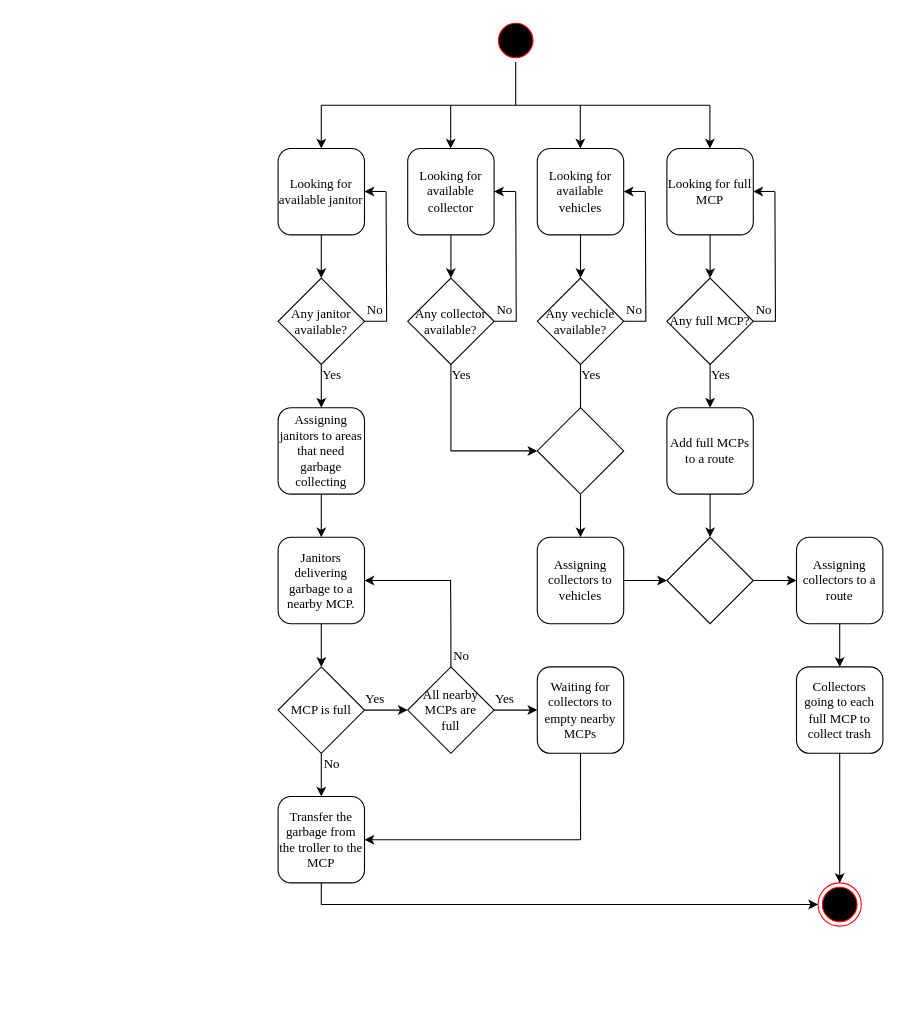
Before: Task 2.1.drawio in TheNMD/SE-project, a draw.io diagram. Source tidied: cells renumbered, new cells numbered last; positions are measured from the earlier drawing's top-left corner, leaving out a move shared by most shapes. Both pictures are drawn from the tidied source at 108%, with x=0, y=0 at pixel (278, 18).
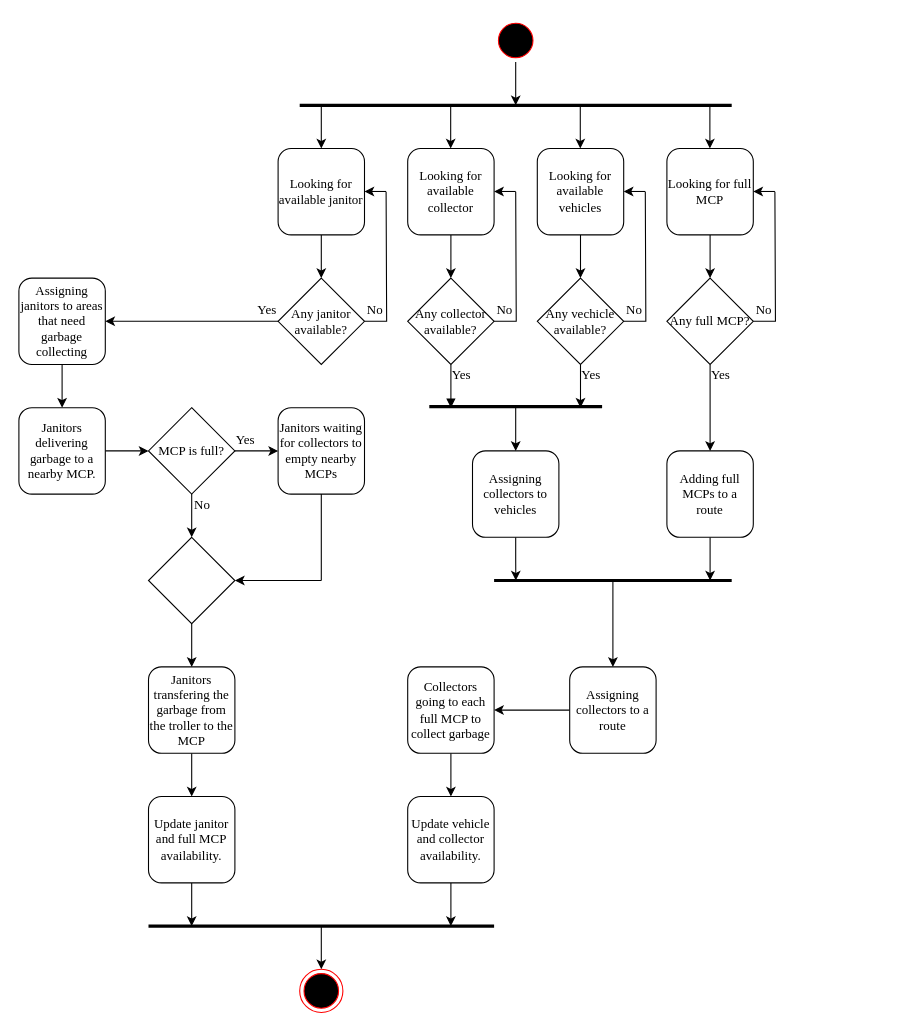
After the change.

The change refers to these unchanged cells:
```xml
<mxCell id="3" style="ellipse;html=1;shape=startState;fillColor=#000000;strokeColor=#ff0000;" parent="1" vertex="1">
  <mxGeometry x="200" width="40" height="40" as="geometry" />
</mxCell>
<mxCell id="16" value="Any janitor &lt;br&gt;available?" style="rhombus;whiteSpace=wrap;html=1;fontFamily=Times New Roman;fontSize=12;" parent="1" vertex="1">
  <mxGeometry y="240" width="80" height="80" as="geometry" />
</mxCell>
<mxCell id="19" value="Any collector available?" style="rhombus;whiteSpace=wrap;html=1;fontFamily=Times New Roman;fontSize=12;" parent="1" vertex="1">
  <mxGeometry x="120" y="240" width="80" height="80" as="geometry" />
</mxCell>
<mxCell id="22" value="Any vechicle &lt;br&gt;available?" style="rhombus;whiteSpace=wrap;html=1;fontFamily=Times New Roman;fontSize=12;" parent="1" vertex="1">
  <mxGeometry x="240" y="240" width="80" height="80" as="geometry" />
</mxCell>
```

Diff of the diagram source:
```diff
@@
-    <mxCell id="2" style="edgeStyle=orthogonalEdgeStyle;rounded=0;jettySize=auto;html=1;exitX=0.5;exitY=1;exitDx=0;exitDy=0;fontFamily=Times New Roman;fontSize=12;endArrow=none;endFill=0;" parent="1" edge="1" source="3">
+    <mxCell id="2" style="edgeStyle=orthogonalEdgeStyle;rounded=0;jettySize=auto;html=1;fontFamily=Times New Roman;fontSize=12;endArrow=classic;endFill=1;" parent="1" edge="1" source="3">
       <mxGeometry relative="1" as="geometry">
         <mxPoint x="220" y="80" as="targetPoint" />
+        <Array as="points">
+          <mxPoint x="220" y="50" />
+          <mxPoint x="220" y="50" />
+        </Array>
       </mxGeometry>
     </mxCell>
@@
     <mxCell id="4" style="ellipse;html=1;shape=endState;fillColor=#000000;strokeColor=#ff0000;" parent="1" vertex="1">
-      <mxGeometry x="500" y="800" width="40" height="40" as="geometry" />
+      <mxGeometry x="20" y="880" width="40" height="40" as="geometry" />
     </mxCell>
@@
-    <mxCell id="15" style="edgeStyle=orthogonalEdgeStyle;rounded=0;jettySize=auto;html=1;exitX=0.5;exitY=1;exitDx=0;exitDy=0;entryX=0.5;entryY=0;entryDx=0;entryDy=0;fontFamily=Times New Roman;fontSize=12;endArrow=classic;endFill=1;" parent="1" edge="1" source="16" target="36">
+    <mxCell id="15" style="edgeStyle=orthogonalEdgeStyle;rounded=0;jettySize=auto;html=1;exitX=0;exitY=0.5;exitDx=0;exitDy=0;entryX=1;entryY=0.5;entryDx=0;entryDy=0;strokeWidth=1;endArrow=classic;endFill=1;" parent="1" edge="1" source="16" target="36">
       <mxGeometry relative="1" as="geometry" />
     </mxCell>
@@
-    <mxCell id="18" style="edgeStyle=orthogonalEdgeStyle;rounded=0;jettySize=auto;html=1;exitX=0.5;exitY=1;exitDx=0;exitDy=0;fontFamily=Times New Roman;fontSize=12;endArrow=none;endFill=0;" parent="1" edge="1" source="19">
+    <mxCell id="18" style="edgeStyle=orthogonalEdgeStyle;rounded=0;jettySize=auto;html=1;exitX=0.5;exitY=1;exitDx=0;exitDy=0;fontFamily=Times New Roman;fontSize=12;endArrow=block;endFill=1;" parent="1" edge="1" source="19">
       <mxGeometry relative="1" as="geometry">
-        <mxPoint x="160" y="400" as="targetPoint" />
+        <mxPoint x="160" y="360" as="targetPoint" />
       </mxGeometry>
     </mxCell>
@@
-    <mxCell id="21" style="edgeStyle=orthogonalEdgeStyle;rounded=0;jettySize=auto;html=1;exitX=0.5;exitY=1;exitDx=0;exitDy=0;fontFamily=Times New Roman;fontSize=12;endArrow=none;endFill=0;" parent="1" edge="1" source="22">
+    <mxCell id="21" style="edgeStyle=orthogonalEdgeStyle;rounded=0;jettySize=auto;html=1;exitX=0.5;exitY=1;exitDx=0;exitDy=0;fontFamily=Times New Roman;fontSize=12;endArrow=classic;endFill=1;" parent="1" edge="1" source="22">
       <mxGeometry relative="1" as="geometry">
-        <mxPoint x="280.2" y="400" as="targetPoint" />
+        <mxPoint x="280" y="360" as="targetPoint" />
       </mxGeometry>
     </mxCell>
@@
-    <mxCell id="29" style="edgeStyle=orthogonalEdgeStyle;rounded=0;jettySize=auto;html=1;exitX=0.5;exitY=1;exitDx=0;exitDy=0;entryX=0.5;entryY=0;entryDx=0;entryDy=0;fontFamily=Times New Roman;fontSize=12;endArrow=classic;endFill=1;" parent="1" edge="1" source="30" target="32">
-      <mxGeometry relative="1" as="geometry" />
-    </mxCell>
-    <mxCell id="30" style="rhombus;whiteSpace=wrap;html=1;fontFamily=Times New Roman;fontSize=12;" parent="1" vertex="1">
-      <mxGeometry x="240" y="360" width="80" height="80" as="geometry" />
-    </mxCell>
-    <mxCell id="31" style="edgeStyle=orthogonalEdgeStyle;rounded=0;jettySize=auto;html=1;exitX=1;exitY=0.5;exitDx=0;exitDy=0;entryX=0;entryY=0.5;entryDx=0;entryDy=0;fontFamily=Times New Roman;fontSize=12;endArrow=classic;endFill=1;" parent="1" edge="1" source="32" target="57">
-      <mxGeometry relative="1" as="geometry" />
-    </mxCell>
+    <mxCell id="76" style="edgeStyle=orthogonalEdgeStyle;rounded=0;jettySize=auto;html=1;exitX=0.5;exitY=1;exitDx=0;exitDy=0;strokeWidth=1;endArrow=classic;endFill=1;" parent="1" edge="1" source="32">
+      <mxGeometry relative="1" as="geometry">
+        <mxPoint x="220.1" y="520" as="targetPoint" />
+      </mxGeometry>
+    </mxCell>
     <mxCell id="32" value="Assigning collectors to vehicles" style="rounded=1;whiteSpace=wrap;html=1;fontFamily=Times New Roman;fontSize=12;" parent="1" vertex="1">
-      <mxGeometry x="240" y="480" width="80" height="80" as="geometry" />
+      <mxGeometry x="180" y="400" width="80" height="80" as="geometry" />
     </mxCell>
@@
     <mxCell id="36" value="Assigning janitors to areas that need garbage collecting" style="rounded=1;whiteSpace=wrap;html=1;fontFamily=Times New Roman;fontSize=12;" parent="1" vertex="1">
-      <mxGeometry y="360" width="80" height="80" as="geometry" />
+      <mxGeometry x="-240" y="240" width="80" height="80" as="geometry" />
     </mxCell>
     <mxCell id="37" value="Yes" style="text;html=1;strokeColor=none;fillColor=none;align=center;verticalAlign=middle;whiteSpace=wrap;rounded=0;fontFamily=Times New Roman;fontSize=12;" parent="1" vertex="1">
-      <mxGeometry x="40" y="320" width="20" height="20" as="geometry" />
+      <mxGeometry x="-20" y="260" width="20" height="20" as="geometry" />
     </mxCell>
-    <mxCell id="38" style="edgeStyle=orthogonalEdgeStyle;rounded=0;jettySize=auto;html=1;exitX=0.5;exitY=1;exitDx=0;exitDy=0;fontFamily=Times New Roman;fontSize=12;endArrow=classic;endFill=1;" parent="1" edge="1" source="39" target="42">
+    <mxCell id="38" style="edgeStyle=orthogonalEdgeStyle;rounded=0;jettySize=auto;html=1;exitX=1;exitY=0.5;exitDx=0;exitDy=0;entryX=0;entryY=0.5;entryDx=0;entryDy=0;" parent="1" edge="1" source="39" target="42">
       <mxGeometry relative="1" as="geometry" />
     </mxCell>
     <mxCell id="39" value="Janitors delivering garbage to a nearby MCP." style="rounded=1;whiteSpace=wrap;html=1;fontFamily=Times New Roman;fontSize=12;" parent="1" vertex="1">
-      <mxGeometry y="480" width="80" height="80" as="geometry" />
+      <mxGeometry x="-240" y="360" width="80" height="80" as="geometry" />
     </mxCell>
-    <mxCell id="40" style="edgeStyle=orthogonalEdgeStyle;rounded=0;jettySize=auto;html=1;exitX=0.5;exitY=1;exitDx=0;exitDy=0;fontFamily=Times New Roman;fontSize=12;endArrow=classic;endFill=1;" parent="1" edge="1" source="42" target="43">
-      <mxGeometry relative="1" as="geometry" />
-    </mxCell>
-    <mxCell id="41" style="edgeStyle=orthogonalEdgeStyle;rounded=0;jettySize=auto;html=1;exitX=1;exitY=0.5;exitDx=0;exitDy=0;entryX=0;entryY=0.5;entryDx=0;entryDy=0;fontFamily=Times New Roman;fontSize=12;endArrow=classic;endFill=1;" parent="1" edge="1" source="42" target="65">
-      <mxGeometry relative="1" as="geometry" />
-    </mxCell>
+    <mxCell id="77" style="edgeStyle=orthogonalEdgeStyle;rounded=0;jettySize=auto;html=1;exitX=1;exitY=0.5;exitDx=0;exitDy=0;entryX=0;entryY=0.5;entryDx=0;entryDy=0;" parent="1" edge="1" source="42" target="70">
+      <mxGeometry relative="1" as="geometry" />
+    </mxCell>
+    <mxCell id="78" style="edgeStyle=orthogonalEdgeStyle;rounded=0;jettySize=auto;html=1;exitX=0.5;exitY=1;exitDx=0;exitDy=0;entryX=0.5;entryY=0;entryDx=0;entryDy=0;" parent="1" edge="1" source="42" target="87">
+      <mxGeometry relative="1" as="geometry" />
+    </mxCell>
-    <mxCell id="42" value="MCP is full" style="rhombus;whiteSpace=wrap;html=1;fontFamily=Times New Roman;fontSize=12;" parent="1" vertex="1">
-      <mxGeometry y="600" width="80" height="80" as="geometry" />
+    <mxCell id="42" value="MCP is full?" style="rhombus;whiteSpace=wrap;html=1;fontFamily=Times New Roman;fontSize=12;" parent="1" vertex="1">
+      <mxGeometry x="-120" y="360" width="80" height="80" as="geometry" />
     </mxCell>
+    <mxCell id="79" style="edgeStyle=orthogonalEdgeStyle;rounded=0;jettySize=auto;html=1;exitX=0.5;exitY=1;exitDx=0;exitDy=0;" parent="1" edge="1" source="43" target="91">
+      <mxGeometry relative="1" as="geometry" />
+    </mxCell>
-    <mxCell id="43" value="Transfer the garbage from the troller to the MCP" style="rounded=1;whiteSpace=wrap;html=1;fontFamily=Times New Roman;fontSize=12;" parent="1" vertex="1">
-      <mxGeometry y="720" width="80" height="80" as="geometry" />
+    <mxCell id="43" value="Janitors transfering the garbage from the troller to the MCP" style="rounded=1;whiteSpace=wrap;html=1;fontFamily=Times New Roman;fontSize=12;" parent="1" vertex="1">
+      <mxGeometry x="-120" y="600" width="80" height="80" as="geometry" />
     </mxCell>
     <mxCell id="44" value="No" style="text;html=1;strokeColor=none;fillColor=none;align=center;verticalAlign=middle;whiteSpace=wrap;rounded=0;fontFamily=Times New Roman;fontSize=12;" parent="1" vertex="1">
-      <mxGeometry x="40" y="680" width="20" height="20" as="geometry" />
+      <mxGeometry x="-80" y="440" width="20" height="20" as="geometry" />
     </mxCell>
@@
-    <mxCell id="53" style="edgeStyle=orthogonalEdgeStyle;rounded=0;jettySize=auto;html=1;exitX=0.5;exitY=1;exitDx=0;exitDy=0;fontFamily=Times New Roman;fontSize=12;endArrow=classic;endFill=1;" parent="1" edge="1" source="54" target="57">
-      <mxGeometry relative="1" as="geometry" />
-    </mxCell>
+    <mxCell id="80" style="edgeStyle=orthogonalEdgeStyle;rounded=0;jettySize=auto;html=1;exitX=0.5;exitY=1;exitDx=0;exitDy=0;strokeWidth=1;endArrow=classic;endFill=1;" parent="1" edge="1" source="54">
+      <mxGeometry relative="1" as="geometry">
+        <mxPoint x="400" y="520" as="targetPoint" />
+      </mxGeometry>
+    </mxCell>
-    <mxCell id="54" value="Add full MCPs to a route" style="rounded=1;whiteSpace=wrap;html=1;fontFamily=Times New Roman;fontSize=12;" parent="1" vertex="1">
-      <mxGeometry x="360" y="360" width="80" height="80" as="geometry" />
+    <mxCell id="54" value="Adding full MCPs to a route" style="rounded=1;whiteSpace=wrap;html=1;fontFamily=Times New Roman;fontSize=12;" parent="1" vertex="1">
+      <mxGeometry x="360" y="400" width="80" height="80" as="geometry" />
     </mxCell>
@@
-    <mxCell id="56" style="edgeStyle=orthogonalEdgeStyle;rounded=0;jettySize=auto;html=1;exitX=1;exitY=0.5;exitDx=0;exitDy=0;entryX=0;entryY=0.5;entryDx=0;entryDy=0;fontFamily=Times New Roman;fontSize=12;endArrow=classic;endFill=1;" parent="1" edge="1" source="57" target="59">
-      <mxGeometry relative="1" as="geometry" />
-    </mxCell>
-    <mxCell id="57" style="rhombus;whiteSpace=wrap;html=1;fontFamily=Times New Roman;fontSize=12;" parent="1" vertex="1">
-      <mxGeometry x="360" y="480" width="80" height="80" as="geometry" />
-    </mxCell>
+    <mxCell id="81" style="edgeStyle=orthogonalEdgeStyle;rounded=0;jettySize=auto;html=1;strokeWidth=1;endArrow=none;endFill=0;startArrow=classic;startFill=1;" parent="1" edge="1" source="59">
+      <mxGeometry relative="1" as="geometry">
+        <mxPoint x="310" y="520" as="targetPoint" />
+      </mxGeometry>
+    </mxCell>
-    <mxCell id="58" style="edgeStyle=orthogonalEdgeStyle;rounded=0;jettySize=auto;html=1;exitX=0.5;exitY=1;exitDx=0;exitDy=0;entryX=0.5;entryY=0;entryDx=0;entryDy=0;fontFamily=Times New Roman;fontSize=12;endArrow=classic;endFill=1;" parent="1" edge="1" source="59" target="61">
+    <mxCell id="58" style="edgeStyle=orthogonalEdgeStyle;rounded=0;jettySize=auto;html=1;exitX=0;exitY=0.5;exitDx=0;exitDy=0;entryX=1;entryY=0.5;entryDx=0;entryDy=0;" parent="1" edge="1" source="59" target="61">
       <mxGeometry relative="1" as="geometry" />
     </mxCell>
     <mxCell id="59" value="Assigning collectors to a route" style="rounded=1;whiteSpace=wrap;html=1;fontFamily=Times New Roman;fontSize=12;" parent="1" vertex="1">
-      <mxGeometry x="480" y="480" width="80" height="80" as="geometry" />
+      <mxGeometry x="270" y="600" width="80" height="80" as="geometry" />
     </mxCell>
-    <mxCell id="60" style="edgeStyle=orthogonalEdgeStyle;rounded=0;jettySize=auto;html=1;exitX=0.5;exitY=1;exitDx=0;exitDy=0;entryX=0.5;entryY=0;entryDx=0;entryDy=0;fontFamily=Times New Roman;fontSize=12;endArrow=classic;endFill=1;" parent="1" edge="1" source="61" target="4">
-      <mxGeometry relative="1" as="geometry" />
-    </mxCell>
+    <mxCell id="82" style="edgeStyle=orthogonalEdgeStyle;rounded=0;jettySize=auto;html=1;" parent="1" edge="1" source="61" target="89">
+      <mxGeometry relative="1" as="geometry" />
+    </mxCell>
-    <mxCell id="61" value="Collectors going to each full MCP to collect trash" style="rounded=1;whiteSpace=wrap;html=1;fontFamily=Times New Roman;fontSize=12;" parent="1" vertex="1">
-      <mxGeometry x="480" y="600" width="80" height="80" as="geometry" />
+    <mxCell id="61" value="Collectors going to each full MCP to collect garbage" style="rounded=1;whiteSpace=wrap;html=1;fontFamily=Times New Roman;fontSize=12;" parent="1" vertex="1">
+      <mxGeometry x="120" y="600" width="80" height="80" as="geometry" />
     </mxCell>
-    <mxCell id="62" style="endArrow=none;html=1;rounded=0;fontFamily=Times New Roman;fontSize=12;" parent="1" edge="1">
+    <mxCell id="62" style="endArrow=none;html=1;rounded=0;fontFamily=Times New Roman;fontSize=12;strokeWidth=3;" parent="1" edge="1">
       <mxGeometry relative="1" as="geometry">
-        <mxPoint x="40" y="80" as="sourcePoint" />
-        <mxPoint x="400" y="80" as="targetPoint" />
+        <mxPoint x="20" y="80" as="sourcePoint" />
+        <mxPoint x="420" y="80" as="targetPoint" />
       </mxGeometry>
     </mxCell>
-    <mxCell id="63" style="edgeStyle=orthogonalEdgeStyle;rounded=0;jettySize=auto;html=1;exitX=0.5;exitY=0;exitDx=0;exitDy=0;fontFamily=Times New Roman;fontSize=12;endArrow=none;endFill=0;" parent="1" edge="1" source="65">
-      <mxGeometry relative="1" as="geometry">
-        <mxPoint x="159.7" y="520" as="targetPoint" />
-      </mxGeometry>
-    </mxCell>
-    <mxCell id="64" style="edgeStyle=orthogonalEdgeStyle;rounded=0;jettySize=auto;html=1;exitX=1;exitY=0.5;exitDx=0;exitDy=0;entryX=0;entryY=0.5;entryDx=0;entryDy=0;fontFamily=Times New Roman;fontSize=12;endArrow=classic;endFill=1;" parent="1" edge="1" source="65" target="70">
-      <mxGeometry relative="1" as="geometry" />
-    </mxCell>
-    <mxCell id="65" value="All nearby MCPs are &lt;br&gt;full" style="rhombus;whiteSpace=wrap;html=1;fontFamily=Times New Roman;fontSize=12;" parent="1" vertex="1">
-      <mxGeometry x="120" y="600" width="80" height="80" as="geometry" />
-    </mxCell>
-    <mxCell id="66" style="endArrow=classic;html=1;rounded=0;fontFamily=Times New Roman;fontSize=12;entryX=1;entryY=0.5;entryDx=0;entryDy=0;" parent="1" edge="1" target="39">
-      <mxGeometry relative="1" as="geometry">
-        <mxPoint x="160" y="520" as="sourcePoint" />
-      </mxGeometry>
-    </mxCell>
-    <mxCell id="67" style="endArrow=classic;html=1;rounded=0;fontFamily=Times New Roman;fontSize=12;" parent="1" edge="1">
-      <mxGeometry relative="1" as="geometry">
-        <mxPoint x="160" y="400" as="sourcePoint" />
-        <mxPoint x="240" y="400" as="targetPoint" />
-      </mxGeometry>
-    </mxCell>
-    <mxCell id="68" value="No" style="text;html=1;strokeColor=none;fillColor=none;align=center;verticalAlign=middle;whiteSpace=wrap;rounded=0;fontFamily=Times New Roman;fontSize=12;" parent="1" vertex="1">
-      <mxGeometry x="160" y="580" width="20" height="20" as="geometry" />
-    </mxCell>
-    <mxCell id="69" style="edgeStyle=orthogonalEdgeStyle;rounded=0;jettySize=auto;html=1;exitX=0.5;exitY=1;exitDx=0;exitDy=0;fontFamily=Times New Roman;fontSize=12;endArrow=none;endFill=0;" parent="1" edge="1" source="70">
-      <mxGeometry relative="1" as="geometry">
-        <mxPoint x="280.1" y="760" as="targetPoint" />
-      </mxGeometry>
-    </mxCell>
-    <mxCell id="70" value="Waiting for collectors to empty nearby MCPs" style="rounded=1;whiteSpace=wrap;html=1;fontFamily=Times New Roman;fontSize=12;" parent="1" vertex="1">
-      <mxGeometry x="240" y="600" width="80" height="80" as="geometry" />
+    <mxCell id="70" value="Janitors waiting for collectors to empty nearby MCPs" style="rounded=1;whiteSpace=wrap;html=1;fontFamily=Times New Roman;fontSize=12;" parent="1" vertex="1">
+      <mxGeometry y="360" width="80" height="80" as="geometry" />
     </mxCell>
-    <mxCell id="71" value="Yes" style="text;html=1;strokeColor=none;fillColor=none;align=center;verticalAlign=middle;whiteSpace=wrap;rounded=0;fontFamily=Times New Roman;fontSize=12;" parent="1" vertex="1">
-      <mxGeometry x="80" y="620" width="20" height="20" as="geometry" />
-    </mxCell>
-    <mxCell id="72" value="Yes" style="text;html=1;strokeColor=none;fillColor=none;align=center;verticalAlign=middle;whiteSpace=wrap;rounded=0;fontFamily=Times New Roman;fontSize=12;" parent="1" vertex="1">
-      <mxGeometry x="200" y="620" width="20" height="20" as="geometry" />
-    </mxCell>
-    <mxCell id="73" style="endArrow=classic;html=1;rounded=0;fontFamily=Times New Roman;fontSize=12;entryX=1;entryY=0.5;entryDx=0;entryDy=0;" parent="1" edge="1" target="43">
-      <mxGeometry relative="1" as="geometry">
-        <mxPoint x="280" y="760" as="sourcePoint" />
-      </mxGeometry>
-    </mxCell>
-    <mxCell id="74" style="endArrow=classic;html=1;rounded=0;fontFamily=Times New Roman;fontSize=12;entryX=0;entryY=0.5;entryDx=0;entryDy=0;" parent="1" edge="1" target="4">
-      <mxGeometry relative="1" as="geometry">
-        <mxPoint x="40" y="820" as="sourcePoint" />
-      </mxGeometry>
-    </mxCell>
-    <mxCell id="75" style="endArrow=none;html=1;rounded=0;fontFamily=Times New Roman;fontSize=12;exitX=0.5;exitY=1;exitDx=0;exitDy=0;" parent="1" edge="1" source="43">
-      <mxGeometry relative="1" as="geometry">
-        <mxPoint x="40" y="820" as="targetPoint" />
-      </mxGeometry>
-    </mxCell>
+    <mxCell id="83" style="endArrow=none;html=1;rounded=0;strokeWidth=3;" parent="1" edge="1">
+      <mxGeometry relative="1" as="geometry">
+        <mxPoint x="140" y="359" as="sourcePoint" />
+        <mxPoint x="300" y="359" as="targetPoint" />
+      </mxGeometry>
+    </mxCell>
+    <mxCell id="84" style="endArrow=classic;html=1;rounded=0;strokeWidth=1;entryX=0.5;entryY=0;entryDx=0;entryDy=0;" parent="1" edge="1" target="32">
+      <mxGeometry relative="1" as="geometry">
+        <mxPoint x="220" y="360" as="sourcePoint" />
+      </mxGeometry>
+    </mxCell>
+    <mxCell id="85" style="endArrow=none;html=1;rounded=0;strokeWidth=3;" parent="1" edge="1">
+      <mxGeometry relative="1" as="geometry">
+        <mxPoint x="200" y="520" as="sourcePoint" />
+        <mxPoint x="420" y="520" as="targetPoint" />
+      </mxGeometry>
+    </mxCell>
+    <mxCell id="86" style="edgeStyle=orthogonalEdgeStyle;rounded=0;jettySize=auto;html=1;exitX=0.5;exitY=1;exitDx=0;exitDy=0;" parent="1" edge="1" source="87" target="43">
+      <mxGeometry relative="1" as="geometry" />
+    </mxCell>
+    <mxCell id="87" style="rhombus;whiteSpace=wrap;html=1;" parent="1" vertex="1">
+      <mxGeometry x="-120" y="480" width="80" height="80" as="geometry" />
+    </mxCell>
+    <mxCell id="88" style="edgeStyle=orthogonalEdgeStyle;rounded=0;jettySize=auto;html=1;exitX=0.5;exitY=1;exitDx=0;exitDy=0;" parent="1" edge="1" source="89">
+      <mxGeometry relative="1" as="geometry">
+        <mxPoint x="160" y="840" as="targetPoint" />
+      </mxGeometry>
+    </mxCell>
+    <mxCell id="89" value="Update vehicle and collector availability." style="rounded=1;whiteSpace=wrap;html=1;fontFamily=Times New Roman;fontSize=12;" parent="1" vertex="1">
+      <mxGeometry x="120" y="720" width="80" height="80" as="geometry" />
+    </mxCell>
+    <mxCell id="90" style="edgeStyle=orthogonalEdgeStyle;rounded=0;jettySize=auto;html=1;exitX=0.5;exitY=1;exitDx=0;exitDy=0;" parent="1" edge="1" source="91">
+      <mxGeometry relative="1" as="geometry">
+        <mxPoint x="-80" y="840" as="targetPoint" />
+      </mxGeometry>
+    </mxCell>
+    <mxCell id="91" value="Update janitor and full MCP availability." style="rounded=1;whiteSpace=wrap;html=1;fontFamily=Times New Roman;fontSize=12;" parent="1" vertex="1">
+      <mxGeometry x="-120" y="720" width="80" height="80" as="geometry" />
+    </mxCell>
+    <mxCell id="92" value="Yes" style="text;html=1;strokeColor=none;fillColor=none;align=center;verticalAlign=middle;whiteSpace=wrap;rounded=0;fontFamily=Times New Roman;fontSize=12;" parent="1" vertex="1">
+      <mxGeometry x="-40" y="380" width="20" height="20" as="geometry" />
+    </mxCell>
+    <mxCell id="93" style="endArrow=none;html=1;rounded=0;strokeWidth=3;" parent="1" edge="1">
+      <mxGeometry relative="1" as="geometry">
+        <mxPoint x="-120" y="840" as="sourcePoint" />
+        <mxPoint x="200" y="840" as="targetPoint" />
+      </mxGeometry>
+    </mxCell>
+    <mxCell id="94" style="endArrow=classic;html=1;rounded=0;entryX=0.5;entryY=0;entryDx=0;entryDy=0;" parent="1" edge="1" target="4">
+      <mxGeometry relative="1" as="geometry">
+        <mxPoint x="40" y="840" as="sourcePoint" />
+      </mxGeometry>
+    </mxCell>
+    <mxCell id="95" style="endArrow=none;html=1;rounded=0;exitX=0.5;exitY=1;exitDx=0;exitDy=0;" parent="1" edge="1" source="70">
+      <mxGeometry relative="1" as="geometry">
+        <mxPoint x="40" y="520" as="targetPoint" />
+      </mxGeometry>
+    </mxCell>
+    <mxCell id="96" style="endArrow=classic;html=1;rounded=0;entryX=1;entryY=0.5;entryDx=0;entryDy=0;" parent="1" edge="1" target="87">
+      <mxGeometry relative="1" as="geometry">
+        <mxPoint x="40" y="520" as="sourcePoint" />
+      </mxGeometry>
+    </mxCell>
```
